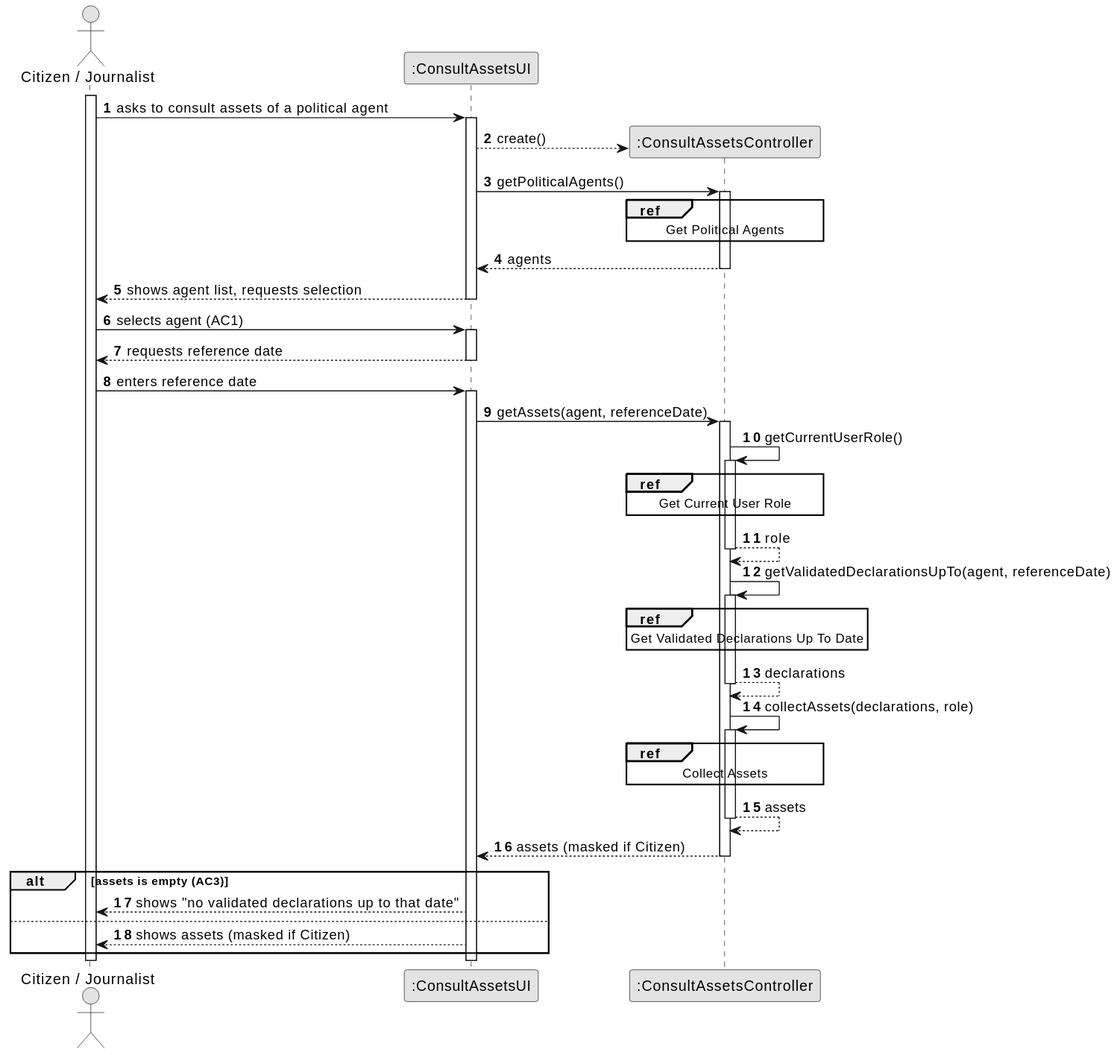
brunodspinto/crystal-clear-platform keeps this PlantUML diagram as docs/system-documentation/US11/03.design/svg/US11-SD-split.svg. Above is the earlier version.
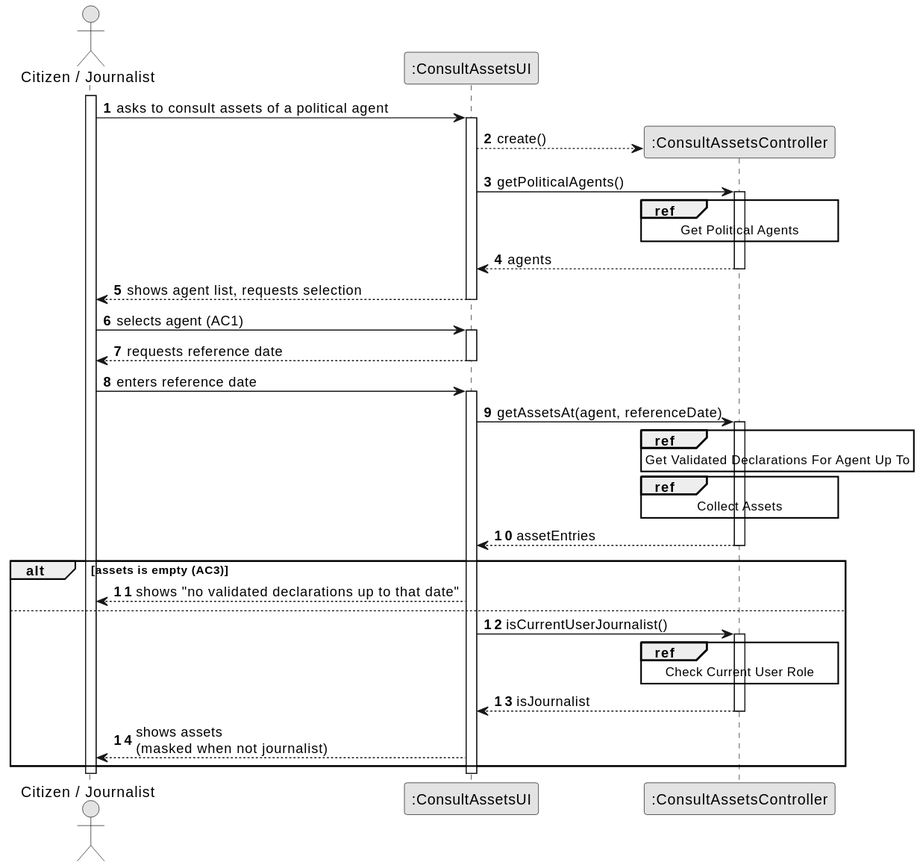
Later version of the same file.

What changed in the source:
```diff
@@ -35,40 +35,33 @@
     Actor -> UI : enters reference date
     activate UI
 
-        UI -> CTRL : getAssets(agent, referenceDate)
+        UI -> CTRL : getAssetsAt(agent, referenceDate)
         activate CTRL
 
-            CTRL -> CTRL : getCurrentUserRole()
-            activate CTRL
-                ref over CTRL
-                    Get Current User Role
-                end ref
-                CTRL --> CTRL : role
-            deactivate CTRL
+            ref over CTRL
+                Get Validated Declarations For Agent Up To
+            end ref
 
-            CTRL -> CTRL : getValidatedDeclarationsUpTo(agent, referenceDate)
-            activate CTRL
-                ref over CTRL
-                    Get Validated Declarations Up To Date
-                end ref
-                CTRL --> CTRL : declarations
-            deactivate CTRL
+            ref over CTRL
+                Collect Assets
+            end ref
 
-            CTRL -> CTRL : collectAssets(declarations, role)
-            activate CTRL
-                ref over CTRL
-                    Collect Assets
-                end ref
-                CTRL --> CTRL : assets
-            deactivate CTRL
-
-            CTRL --> UI : assets (masked if Citizen)
+            CTRL --> UI : assetEntries
         deactivate CTRL
 
         alt assets is empty (AC3)
             UI --> Actor : shows "no validated declarations up to that date"
         else
-            UI --> Actor : shows assets (masked if Citizen)
+            UI -> CTRL : isCurrentUserJournalist()
+            ref over CTRL
+                Check Current User Role
+            end ref
+
+            activate CTRL
+                CTRL --> UI : isJournalist
+            deactivate CTRL
+
+            UI --> Actor : shows assets\n(masked when not journalist)
         end
 
     deactivate UI
```
